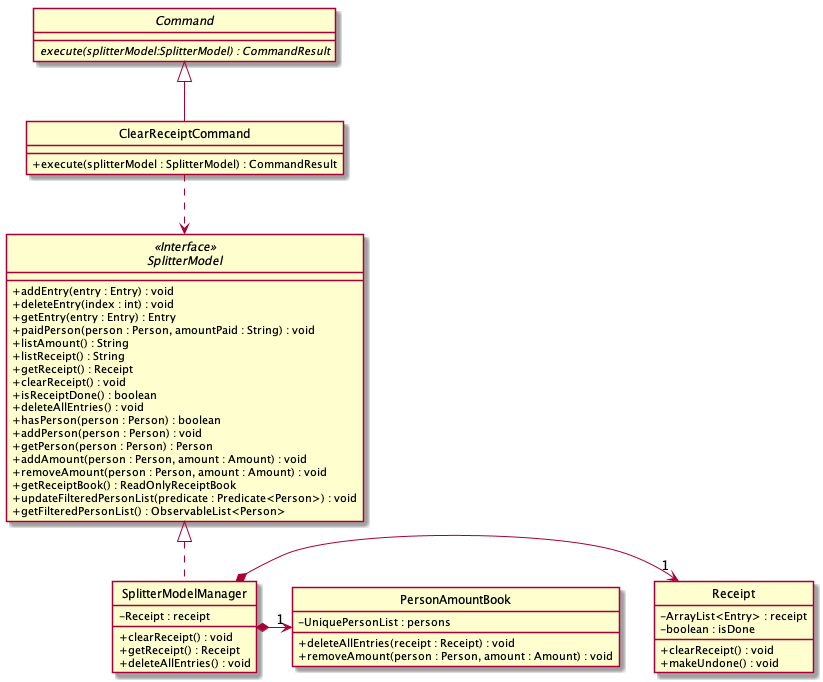
Earlier version of the PlantUML export docs/images/ExpenseSplitterClearReceiptCommandClassDiagram.png (nus-cs2103-AY1920S2/addressbook-level3). Source of this version:
```plantuml
@startuml

skinparam backgroundColor #ffffff
skinparam classAttributeIconSize 0
hide circle


abstract class Command {
    {abstract} execute(splitterModel:SplitterModel) : CommandResult
}

class ClearReceiptCommand extends Command {

    + execute(splitterModel : SplitterModel) : CommandResult
}

interface SplitterModel <<Interface>> {
    + addEntry(entry : Entry) : void
    + deleteEntry(index : int) : void
    + getEntry(entry : Entry) : Entry
    + paidPerson(person : Person, amountPaid : String) : void
    + listAmount() : String
    + listReceipt() : String
    + getReceipt() : Receipt
    + clearReceipt() : void
    + isReceiptDone() : boolean
    + deleteAllEntries() : void
    + hasPerson(person : Person) : boolean
    + addPerson(person : Person) : void
    + getPerson(person : Person) : Person
    + addAmount(person : Person, amount : Amount) : void
    + removeAmount(person : Person, amount : Amount) : void
    + getReceiptBook() : ReadOnlyReceiptBook
    + updateFilteredPersonList(predicate : Predicate<Person>) : void
    + getFilteredPersonList() : ObservableList<Person>
}

class SplitterModelManager implements SplitterModel {
    - Receipt : receipt

    + clearReceipt() : void
    + getReceipt() : Receipt
    + deleteAllEntries() : void
}

class Receipt {
    - ArrayList<Entry> : receipt
    - boolean : isDone

    + clearReceipt() : void
    + makeUndone() : void
}

class PersonAmountBook {
    - UniquePersonList : persons

    + deleteAllEntries(receipt : Receipt) : void
    + removeAmount(person : Person, amount : Amount) : void
}

ClearReceiptCommand ..> SplitterModel
SplitterModelManager *-right->"1" Receipt
SplitterModelManager *-right->"1" PersonAmountBook


@enduml
```
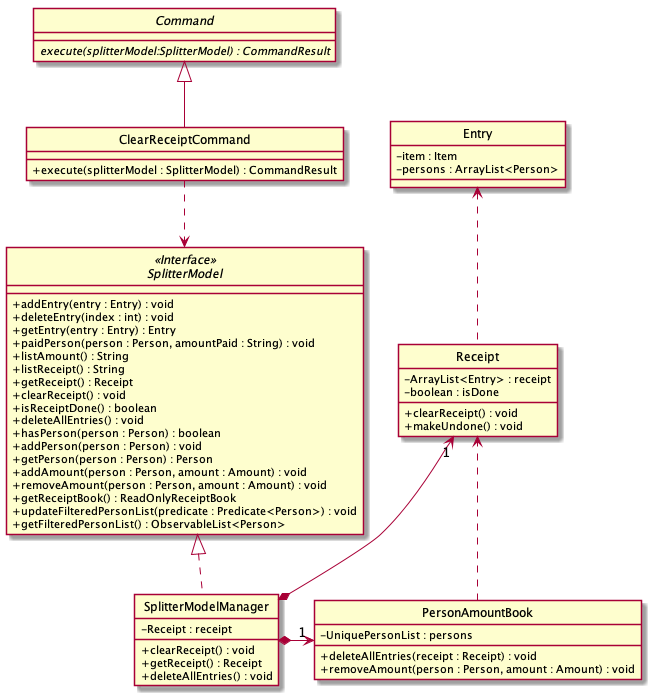
After the change.

Change to the diagram source:
```diff
@@ -58,9 +58,16 @@
     + removeAmount(person : Person, amount : Amount) : void
 }
 
+class Entry {
+    - item : Item
+    - persons : ArrayList<Person>
+}
+
 ClearReceiptCommand ..> SplitterModel
-SplitterModelManager *-right->"1" Receipt
+SplitterModelManager *-left->"1" Receipt
 SplitterModelManager *-right->"1" PersonAmountBook
+PersonAmountBook ..> Receipt
+Receipt .up.> Entry
 
 
 @enduml
```
